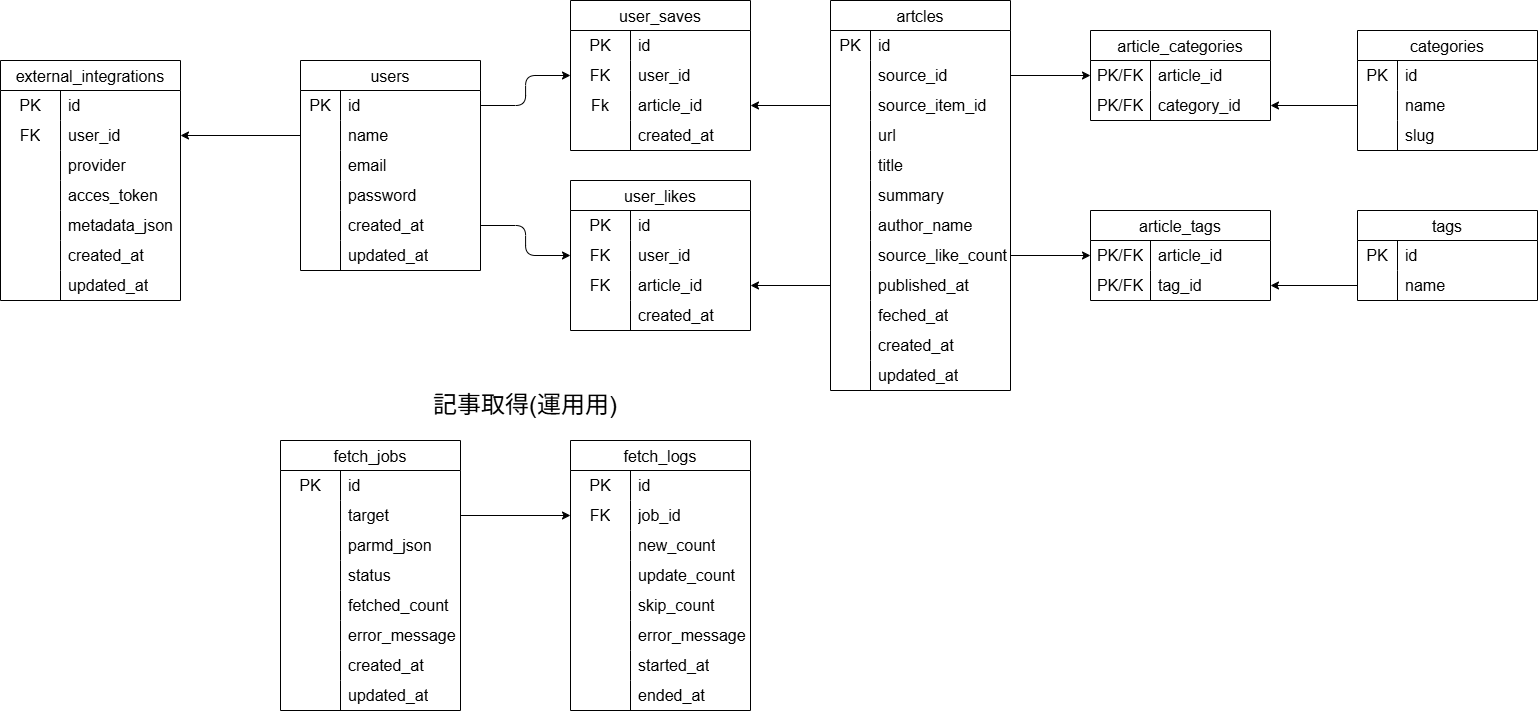
akito-arakawa/TechFeed keeps this draw.io diagram as docs/er/app.db.drawio.png. Above is the earlier version. Source tidied: cells renumbered, new cells last; positions are measured from the earlier drawing's top-left corner, leaving out a move shared by most shapes.
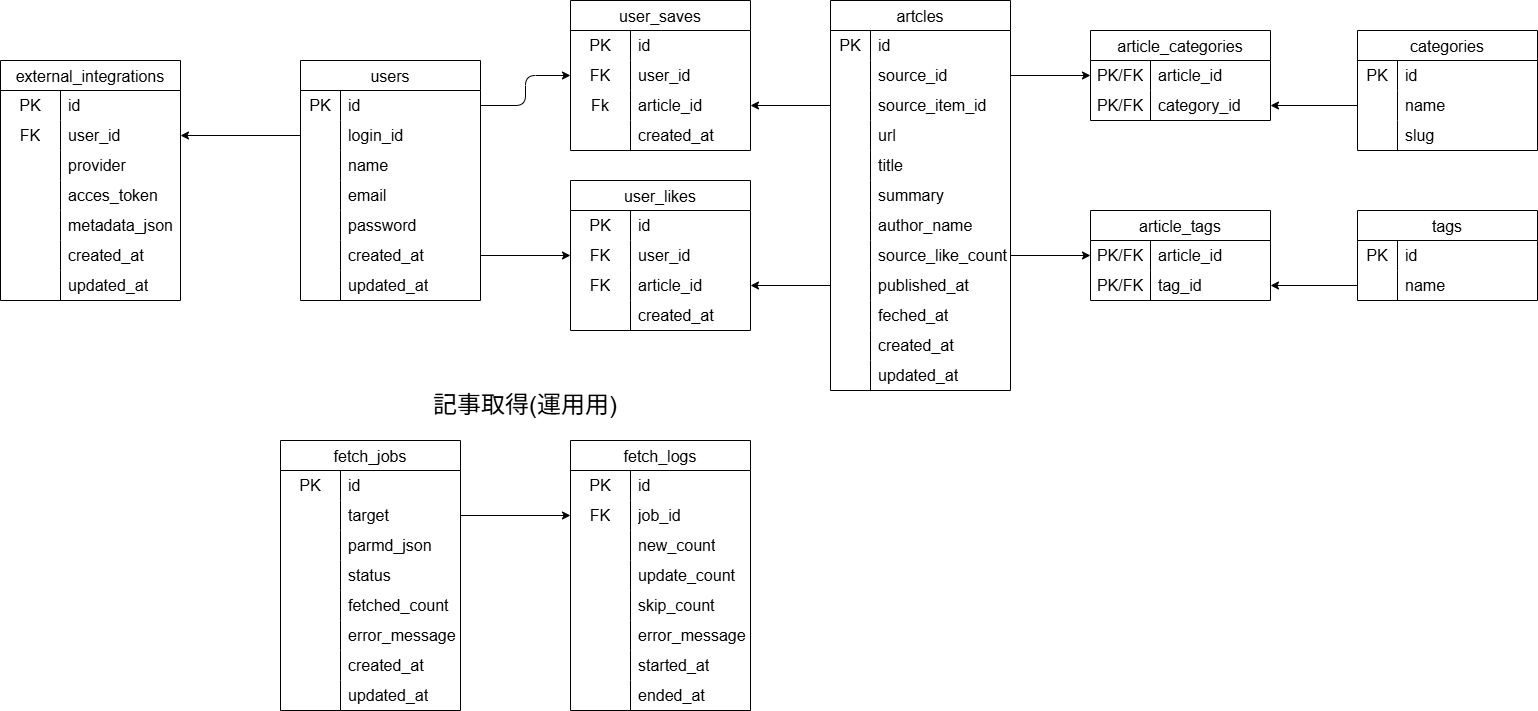
The same file after the commit.

Commit message:
change:userテーブルにlogin_idを追加

What changed in the source:
```diff
@@ -3,7 +3,7 @@
     <mxCell id="0" />
     <mxCell id="1" parent="0" />
     <mxCell id="2" value="users" style="shape=table;startSize=30;rowLines=0;fontStyle=0;strokeColor=default;fontSize=16;" parent="1" vertex="1">
-      <mxGeometry x="300" y="60" width="180" height="210" as="geometry" />
+      <mxGeometry x="300" y="60" width="180" height="240" as="geometry" />
     </mxCell>
     <mxCell id="3" style="shape=tableRow;horizontal=0;startSize=0;swimlaneHead=0;swimlaneBody=0;top=0;left=0;bottom=0;right=0;fillColor=none;points=[[0,0.5],[1,0.5]];portConstraint=eastwest;strokeColor=inherit;fontSize=16;" parent="2" vertex="1">
       <mxGeometry y="30" width="180" height="30" as="geometry" />
@@ -14,8 +14,17 @@
     <mxCell id="5" value="id" style="shape=partialRectangle;html=1;whiteSpace=wrap;fillColor=none;top=0;left=0;bottom=0;right=0;align=left;spacingLeft=6;overflow=hidden;strokeColor=inherit;fontSize=16;" parent="3" vertex="1">
       <mxGeometry x="40" width="140" height="30" as="geometry" />
     </mxCell>
+    <mxCell id="198" style="shape=tableRow;horizontal=0;startSize=0;swimlaneHead=0;swimlaneBody=0;top=0;left=0;bottom=0;right=0;fillColor=none;points=[[0,0.5],[1,0.5]];portConstraint=eastwest;strokeColor=inherit;fontSize=16;" parent="2" vertex="1">
+      <mxGeometry y="60" width="180" height="30" as="geometry" />
+    </mxCell>
+    <mxCell id="199" style="shape=partialRectangle;html=1;whiteSpace=wrap;fillColor=none;top=0;left=0;bottom=0;right=0;overflow=hidden;strokeColor=inherit;fontSize=16;" parent="198" vertex="1">
+      <mxGeometry width="40" height="30" as="geometry" />
+    </mxCell>
+    <mxCell id="200" value="login_id" style="shape=partialRectangle;html=1;whiteSpace=wrap;fillColor=none;top=0;left=0;bottom=0;right=0;align=left;spacingLeft=6;overflow=hidden;strokeColor=inherit;fontSize=16;" parent="198" vertex="1">
+      <mxGeometry x="40" width="140" height="30" as="geometry" />
+    </mxCell>
     <mxCell id="6" style="shape=tableRow;horizontal=0;startSize=0;swimlaneHead=0;swimlaneBody=0;top=0;left=0;bottom=0;right=0;fillColor=none;points=[[0,0.5],[1,0.5]];portConstraint=eastwest;strokeColor=inherit;fontSize=16;" parent="2" vertex="1">
-      <mxGeometry y="60" width="180" height="30" as="geometry" />
+      <mxGeometry y="90" width="180" height="30" as="geometry" />
     </mxCell>
     <mxCell id="7" style="shape=partialRectangle;html=1;whiteSpace=wrap;fillColor=none;top=0;left=0;bottom=0;right=0;overflow=hidden;strokeColor=inherit;fontSize=16;" parent="6" vertex="1">
       <mxGeometry width="40" height="30" as="geometry" />
@@ -24,7 +33,7 @@
       <mxGeometry x="40" width="140" height="30" as="geometry" />
     </mxCell>
     <mxCell id="9" style="shape=tableRow;horizontal=0;startSize=0;swimlaneHead=0;swimlaneBody=0;top=0;left=0;bottom=0;right=0;fillColor=none;strokeColor=inherit;fontSize=16;" parent="2" vertex="1">
-      <mxGeometry y="90" width="180" height="30" as="geometry" />
+      <mxGeometry y="120" width="180" height="30" as="geometry" />
     </mxCell>
     <mxCell id="10" style="shape=partialRectangle;html=1;whiteSpace=wrap;fillColor=none;top=0;left=0;bottom=0;right=0;overflow=hidden;strokeColor=inherit;fontSize=16;" parent="9" vertex="1">
       <mxGeometry width="40" height="30" as="geometry" />
@@ -33,7 +42,7 @@
       <mxGeometry x="40" width="140" height="30" as="geometry" />
     </mxCell>
     <mxCell id="12" style="shape=tableRow;horizontal=0;startSize=0;swimlaneHead=0;swimlaneBody=0;top=0;left=0;bottom=0;right=0;fillColor=none;strokeColor=inherit;fontSize=16;" parent="2" vertex="1">
-      <mxGeometry y="120" width="180" height="30" as="geometry" />
+      <mxGeometry y="150" width="180" height="30" as="geometry" />
     </mxCell>
     <mxCell id="13" style="shape=partialRectangle;html=1;whiteSpace=wrap;fillColor=none;top=0;left=0;bottom=0;right=0;overflow=hidden;strokeColor=inherit;fontSize=16;" parent="12" vertex="1">
       <mxGeometry width="40" height="30" as="geometry" />
@@ -42,7 +51,7 @@
       <mxGeometry x="40" width="140" height="30" as="geometry" />
     </mxCell>
     <mxCell id="15" style="shape=tableRow;horizontal=0;startSize=0;swimlaneHead=0;swimlaneBody=0;top=0;left=0;bottom=0;right=0;fillColor=none;points=[[0,0.5],[1,0.5]];portConstraint=eastwest;strokeColor=inherit;fontSize=16;" parent="2" vertex="1">
-      <mxGeometry y="150" width="180" height="30" as="geometry" />
+      <mxGeometry y="180" width="180" height="30" as="geometry" />
     </mxCell>
     <mxCell id="16" style="shape=partialRectangle;html=1;whiteSpace=wrap;fillColor=none;top=0;left=0;bottom=0;right=0;overflow=hidden;strokeColor=inherit;fontSize=16;" parent="15" vertex="1">
       <mxGeometry width="40" height="30" as="geometry" />
@@ -51,7 +60,7 @@
       <mxGeometry x="40" width="140" height="30" as="geometry" />
     </mxCell>
     <mxCell id="18" style="shape=tableRow;horizontal=0;startSize=0;swimlaneHead=0;swimlaneBody=0;top=0;left=0;bottom=0;right=0;fillColor=none;strokeColor=inherit;fontSize=16;" parent="2" vertex="1">
-      <mxGeometry y="180" width="180" height="30" as="geometry" />
+      <mxGeometry y="210" width="180" height="30" as="geometry" />
     </mxCell>
     <mxCell id="19" style="shape=partialRectangle;html=1;whiteSpace=wrap;fillColor=none;top=0;left=0;bottom=0;right=0;overflow=hidden;strokeColor=inherit;fontSize=16;" parent="18" vertex="1">
       <mxGeometry width="40" height="30" as="geometry" />
@@ -431,9 +440,6 @@
     <mxCell id="144" value="updated_at" style="shape=partialRectangle;html=1;whiteSpace=wrap;fillColor=none;top=0;left=0;bottom=0;right=0;align=left;spacingLeft=6;overflow=hidden;strokeColor=inherit;fontSize=16;" parent="142" vertex="1">
       <mxGeometry x="60" width="120" height="30" as="geometry" />
     </mxCell>
-    <mxCell id="145" style="edgeStyle=none;html=1;exitX=0;exitY=0.5;exitDx=0;exitDy=0;entryX=1;entryY=0.5;entryDx=0;entryDy=0;" parent="1" edge="1" source="6" target="127">
-      <mxGeometry relative="1" as="geometry" />
-    </mxCell>
     <mxCell id="146" value="fetch_jobs" style="shape=table;startSize=30;rowLines=0;fontStyle=0;strokeColor=default;fontSize=16;" parent="1" vertex="1">
       <mxGeometry x="280" y="440" width="180" height="270" as="geometry" />
     </mxCell>
@@ -590,5 +596,8 @@
     <mxCell id="197" value="&lt;font style=&quot;font-size: 24px;&quot;&gt;記事取得(運用用)&lt;/font&gt;" style="text;html=1;align=center;verticalAlign=middle;whiteSpace=wrap;rounded=0;" parent="1" vertex="1">
       <mxGeometry x="420" y="390" width="210" height="30" as="geometry" />
     </mxCell>
+    <mxCell id="201" style="edgeStyle=none;html=1;exitX=0;exitY=0.5;exitDx=0;exitDy=0;entryX=1;entryY=0.5;entryDx=0;entryDy=0;" parent="1" edge="1" source="198" target="127">
+      <mxGeometry relative="1" as="geometry" />
+    </mxCell>
   </root>
 </mxGraphModel>
```
